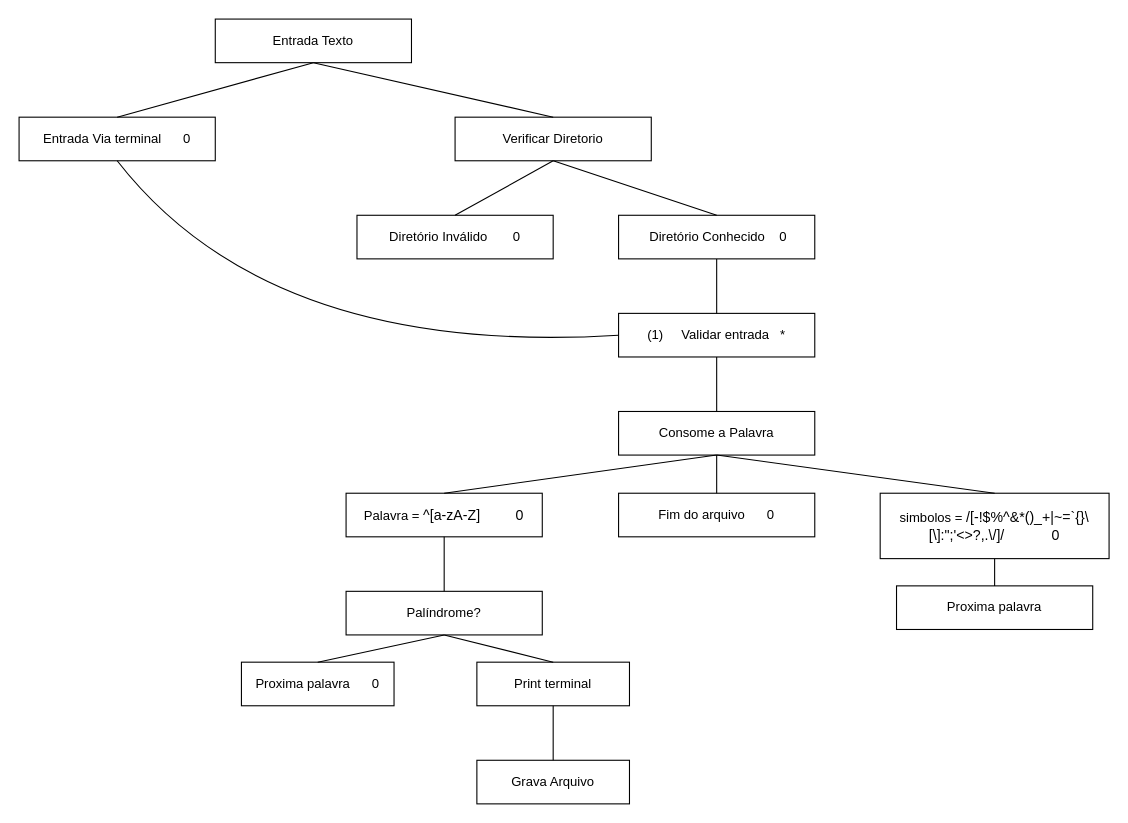
HansRafael/projects keeps this draw.io diagram as Facul/Jackson.drawio. Above is the earlier version. Source tidied: cells renumbered, new cells numbered last; positions are measured from the earlier drawing's top-left corner, leaving out a move shared by most shapes. Both pictures are drawn from the tidied source at 109%, with x=0, y=0 at pixel (19, 19).
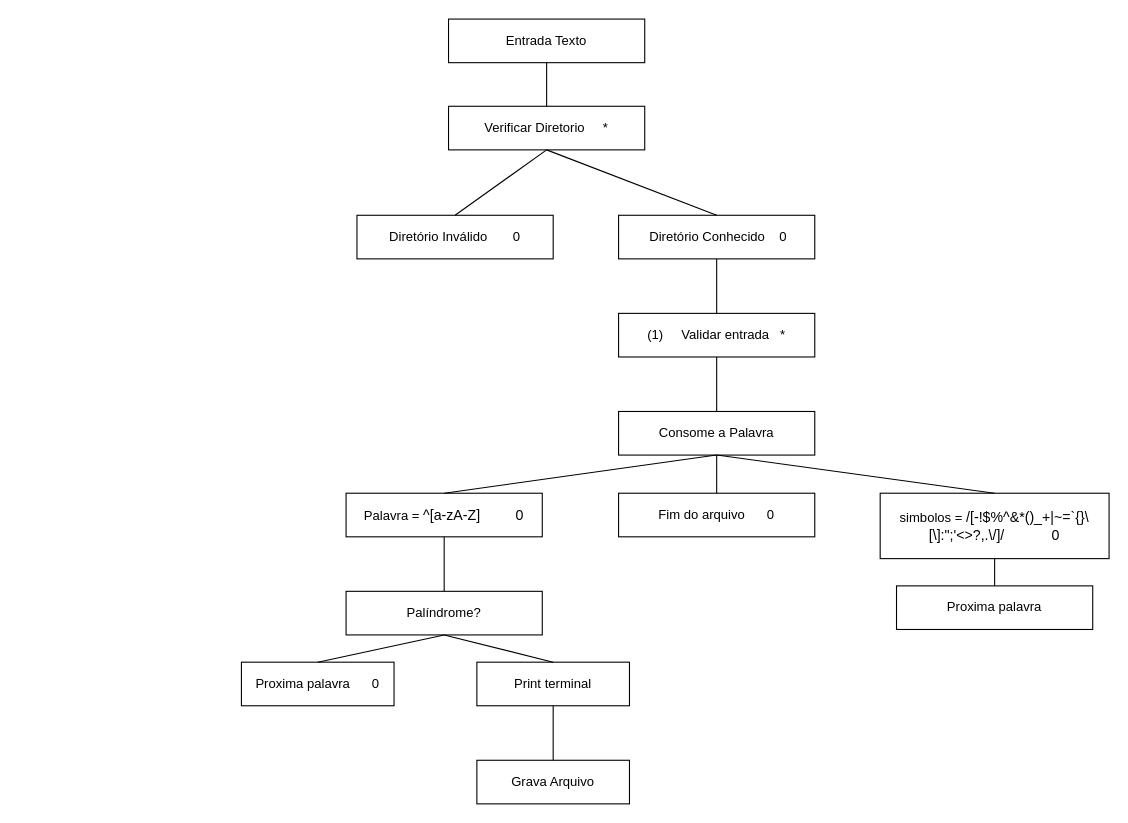
After the change.

Unchanged cells that the change refers to:
```xml
<mxCell id="11" value="(1)&amp;nbsp; &amp;nbsp; &amp;nbsp;Validar entrada&amp;nbsp; &amp;nbsp;*" style="rounded=0;whiteSpace=wrap;html=1;" parent="1" vertex="1">
  <mxGeometry x="550" y="270" width="180" height="40" as="geometry" />
</mxCell>
```

What changed in the source:
```diff
@@
     <mxCell id="2" value="Entrada Texto" style="rounded=0;whiteSpace=wrap;html=1;" parent="1" vertex="1">
-      <mxGeometry x="180" width="180" height="40" as="geometry" />
+      <mxGeometry x="394" width="180" height="40" as="geometry" />
     </mxCell>
-    <mxCell id="3" value="Entrada Via terminal&amp;nbsp; &amp;nbsp; &amp;nbsp; 0" style="rounded=0;whiteSpace=wrap;html=1;" parent="1" vertex="1">
-      <mxGeometry y="90" width="180" height="40" as="geometry" />
-    </mxCell>
-    <mxCell id="4" value="Verificar Diretorio" style="rounded=0;whiteSpace=wrap;html=1;" parent="1" vertex="1">
-      <mxGeometry x="400" y="90" width="180" height="40" as="geometry" />
+    <mxCell id="4" value="Verificar Diretorio&amp;nbsp; &amp;nbsp; &amp;nbsp;*" style="rounded=0;whiteSpace=wrap;html=1;" parent="1" vertex="1">
+      <mxGeometry x="394" y="80" width="180" height="40" as="geometry" />
     </mxCell>
@@
-    <mxCell id="7" style="endArrow=none;html=1;rounded=0;exitX=0.5;exitY=0;exitDx=0;exitDy=0;entryX=0.5;entryY=1;entryDx=0;entryDy=0;" parent="1" edge="1" source="3" target="2">
-      <mxGeometry relative="1" as="geometry" />
-    </mxCell>
@@
-    <mxCell id="13" style="endArrow=none;html=1;exitX=0.5;exitY=1;exitDx=0;exitDy=0;curved=1;entryX=0;entryY=0.5;entryDx=0;entryDy=0;" parent="1" edge="1" source="3" target="11">
-      <mxGeometry relative="1" as="geometry">
-        <Array as="points">
-          <mxPoint x="230" y="310" />
-        </Array>
-      </mxGeometry>
-    </mxCell>
```
